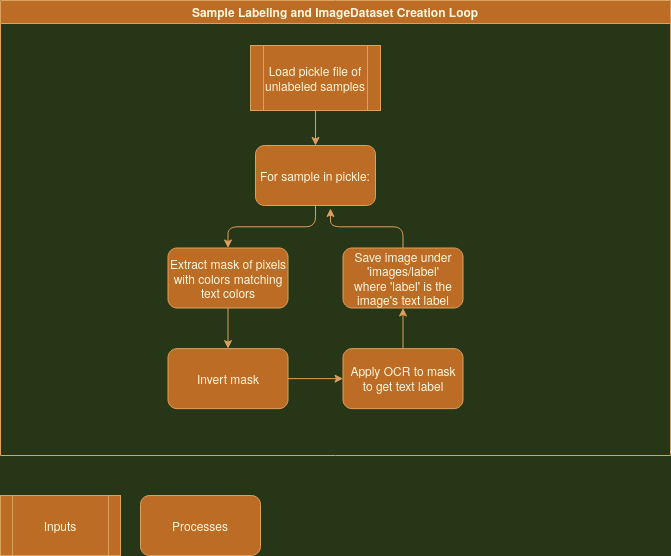
Before: docs/LabelingImageDatasetLoop.png, a diagram exported from draw.io (horenbergerb/OSRS_Optical_Recognition). Source tidied: cells renumbered, new cells last; positions are measured from the earlier drawing's top-left corner, leaving out a move shared by most shapes.
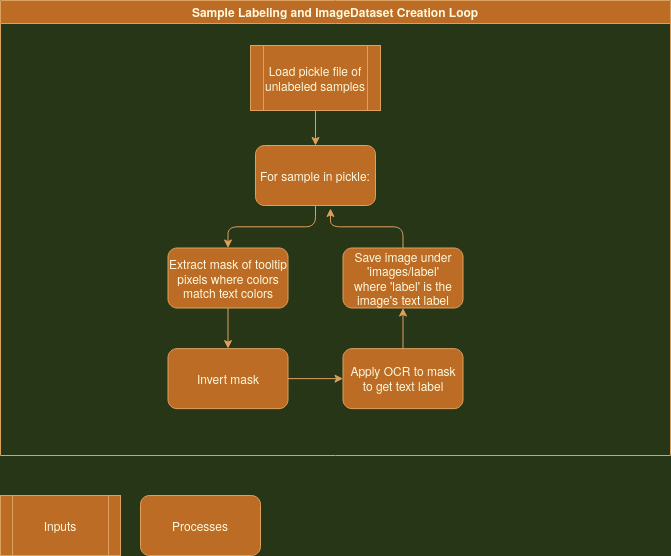
After the commit.

Commit message:
Tweaked flowchart

The edit, as a diff of the source:
```diff
@@ -20,7 +20,7 @@
     <mxCell id="7" style="edgeStyle=orthogonalEdgeStyle;curved=0;rounded=1;sketch=0;jettySize=auto;html=1;exitX=0.5;exitY=1;exitDx=0;exitDy=0;labelBackgroundColor=none;fontColor=#FEFAE0;strokeColor=#DDA15E;fillColor=#BC6C25;" parent="2" edge="1" source="8" target="10">
       <mxGeometry relative="1" as="geometry" />
     </mxCell>
-    <mxCell id="8" value="Extract mask of pixels with colors matching text colors" style="rounded=1;whiteSpace=wrap;html=1;sketch=0;fontColor=#FEFAE0;strokeColor=#DDA15E;fillColor=#BC6C25;" parent="2" vertex="1">
+    <mxCell id="8" value="Extract mask of tooltip pixels where colors match text colors" style="rounded=1;whiteSpace=wrap;html=1;sketch=0;fontColor=#FEFAE0;strokeColor=#DDA15E;fillColor=#BC6C25;" parent="2" vertex="1">
       <mxGeometry x="167.5" y="247.5" width="120" height="60" as="geometry" />
     </mxCell>
     <mxCell id="9" style="edgeStyle=orthogonalEdgeStyle;curved=0;rounded=1;sketch=0;jettySize=auto;html=1;exitX=1;exitY=0.5;exitDx=0;exitDy=0;entryX=0;entryY=0.5;entryDx=0;entryDy=0;labelBackgroundColor=none;fontColor=#FEFAE0;strokeColor=#DDA15E;fillColor=#BC6C25;" parent="2" edge="1" source="10" target="12">
```
